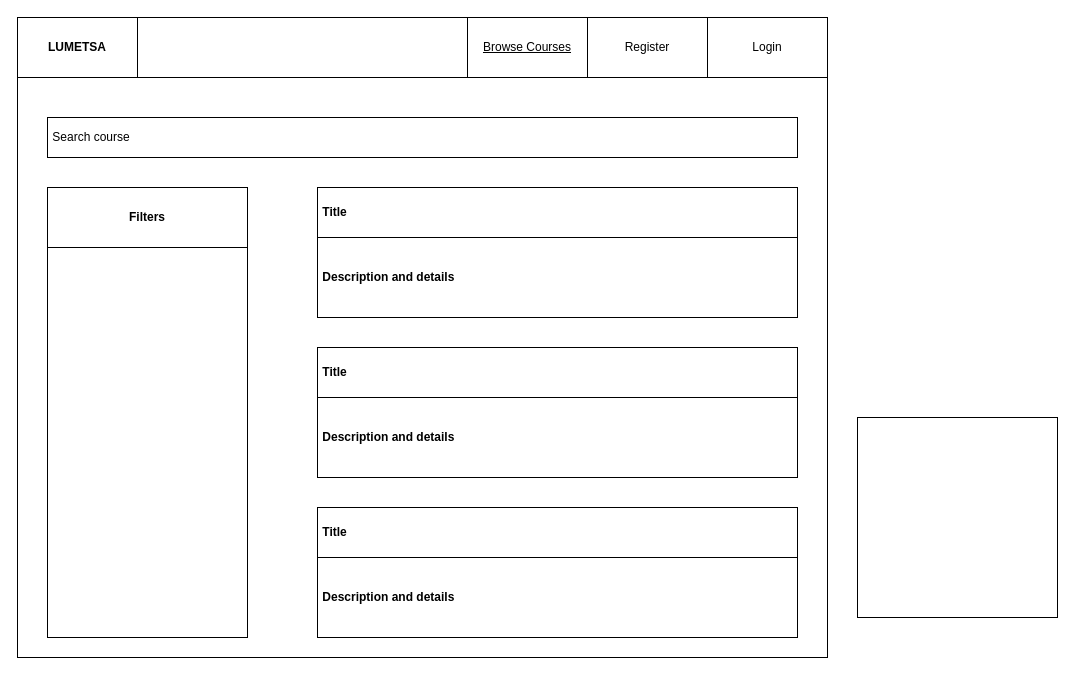
nawaazkortiwala/lumetsa keeps this draw.io diagram as Lumetsa.drawio. Above is the earlier version. Source tidied: cells renumbered, new cells numbered last; positions are measured from the earlier drawing's top-left corner, leaving out a move shared by most shapes. Both pictures are drawn from the tidied source at 100%, with x=0, y=0 at pixel (17, 17).
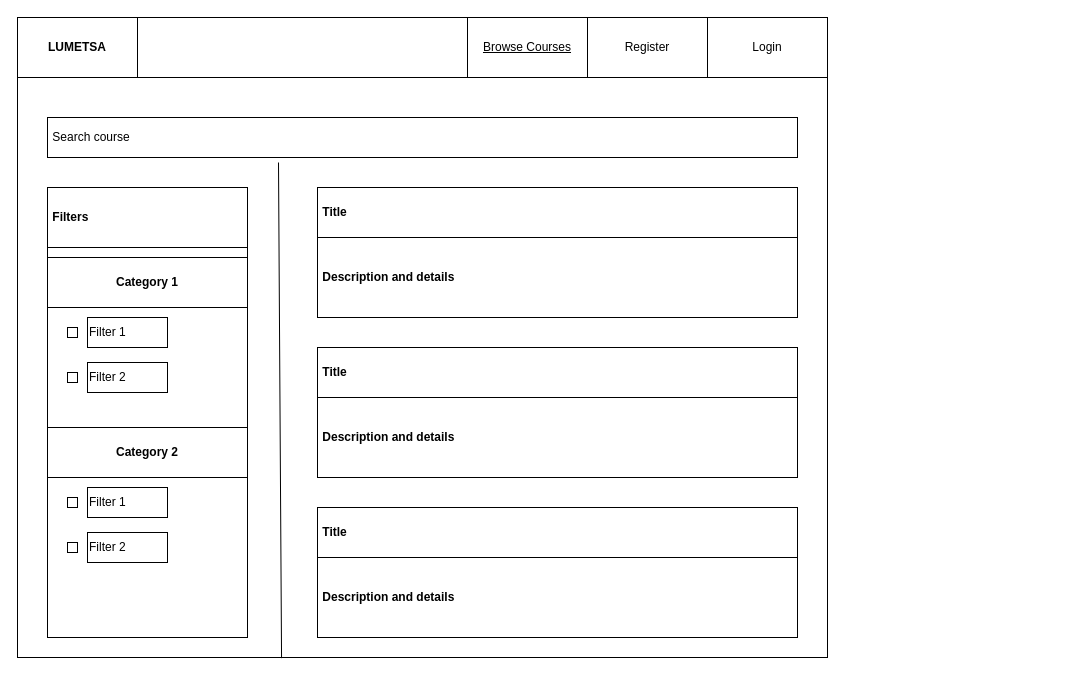
The same page after the edit.

Unchanged cells that the change refers to:
```xml
<mxCell id="2" style="rounded=0;whiteSpace=wrap;html=1;" parent="1" vertex="1">
  <mxGeometry width="810" height="640" as="geometry" />
</mxCell>
<mxCell id="8" value="&amp;nbsp;Search course" style="rounded=0;whiteSpace=wrap;html=1;align=left;" parent="1" vertex="1">
  <mxGeometry x="30" y="100" width="750" height="40" as="geometry" />
</mxCell>
```

Diff of the diagram source:
```diff
@@
-    <mxCell id="9" style="rounded=0;whiteSpace=wrap;html=1;" parent="1" vertex="1">
-      <mxGeometry x="840" y="400" width="200" height="200" as="geometry" />
-    </mxCell>
@@
-    <mxCell id="23" value="&lt;b&gt;Filters&lt;/b&gt;" style="whiteSpace=wrap;html=1;" parent="1" vertex="1">
+    <mxCell id="23" value="&lt;b&gt;&amp;nbsp;Filters&lt;/b&gt;" style="whiteSpace=wrap;html=1;align=left;" parent="1" vertex="1">
       <mxGeometry x="30" y="170" width="200" height="60" as="geometry" />
     </mxCell>
+    <mxCell id="9" value="&lt;b&gt;Category 1&lt;/b&gt;" style="rounded=0;whiteSpace=wrap;html=1;" parent="1" vertex="1">
+      <mxGeometry x="30" y="240" width="200" height="50" as="geometry" />
+    </mxCell>
+    <mxCell id="24" style="group;" parent="1" vertex="1">
+      <mxGeometry x="50" y="300" width="100" height="30" as="geometry" />
+    </mxCell>
+    <mxCell id="25" value="Filter 1" style="rounded=0;whiteSpace=wrap;html=1;align=left;" parent="24" vertex="1">
+      <mxGeometry x="20" width="80" height="30" as="geometry" />
+    </mxCell>
+    <mxCell id="26" style="whiteSpace=wrap;html=1;" parent="24" vertex="1">
+      <mxGeometry y="10" width="10" height="10" as="geometry" />
+    </mxCell>
+    <mxCell id="27" style="group;" parent="1" vertex="1">
+      <mxGeometry x="50" y="345" width="100" height="30" as="geometry" />
+    </mxCell>
+    <mxCell id="28" value="Filter 2" style="rounded=0;whiteSpace=wrap;html=1;align=left;" parent="27" vertex="1">
+      <mxGeometry x="20" width="80" height="30" as="geometry" />
+    </mxCell>
+    <mxCell id="29" style="whiteSpace=wrap;html=1;" parent="27" vertex="1">
+      <mxGeometry y="10" width="10" height="10" as="geometry" />
+    </mxCell>
+    <mxCell id="30" value="&lt;b&gt;Category 2&lt;/b&gt;" style="rounded=0;whiteSpace=wrap;html=1;" parent="1" vertex="1">
+      <mxGeometry x="30" y="410" width="200" height="50" as="geometry" />
+    </mxCell>
+    <mxCell id="31" style="group;" parent="1" vertex="1">
+      <mxGeometry x="50" y="470" width="100" height="30" as="geometry" />
+    </mxCell>
+    <mxCell id="32" value="Filter 1" style="rounded=0;whiteSpace=wrap;html=1;align=left;" parent="31" vertex="1">
+      <mxGeometry x="20" width="80" height="30" as="geometry" />
+    </mxCell>
+    <mxCell id="33" style="whiteSpace=wrap;html=1;" parent="31" vertex="1">
+      <mxGeometry y="10" width="10" height="10" as="geometry" />
+    </mxCell>
+    <mxCell id="34" style="group;" parent="1" vertex="1">
+      <mxGeometry x="50" y="515" width="100" height="30" as="geometry" />
+    </mxCell>
+    <mxCell id="35" value="Filter 2" style="rounded=0;whiteSpace=wrap;html=1;align=left;" parent="34" vertex="1">
+      <mxGeometry x="20" width="80" height="30" as="geometry" />
+    </mxCell>
+    <mxCell id="36" style="whiteSpace=wrap;html=1;" parent="34" vertex="1">
+      <mxGeometry y="10" width="10" height="10" as="geometry" />
+    </mxCell>
+    <mxCell id="37" style="endArrow=none;html=1;rounded=0;entryX=0.308;entryY=1.125;entryDx=0;entryDy=0;entryPerimeter=0;exitX=0.326;exitY=1.001;exitDx=0;exitDy=0;exitPerimeter=0;" parent="1" edge="1" source="2" target="8">
+      <mxGeometry relative="1" as="geometry" />
+    </mxCell>
```
